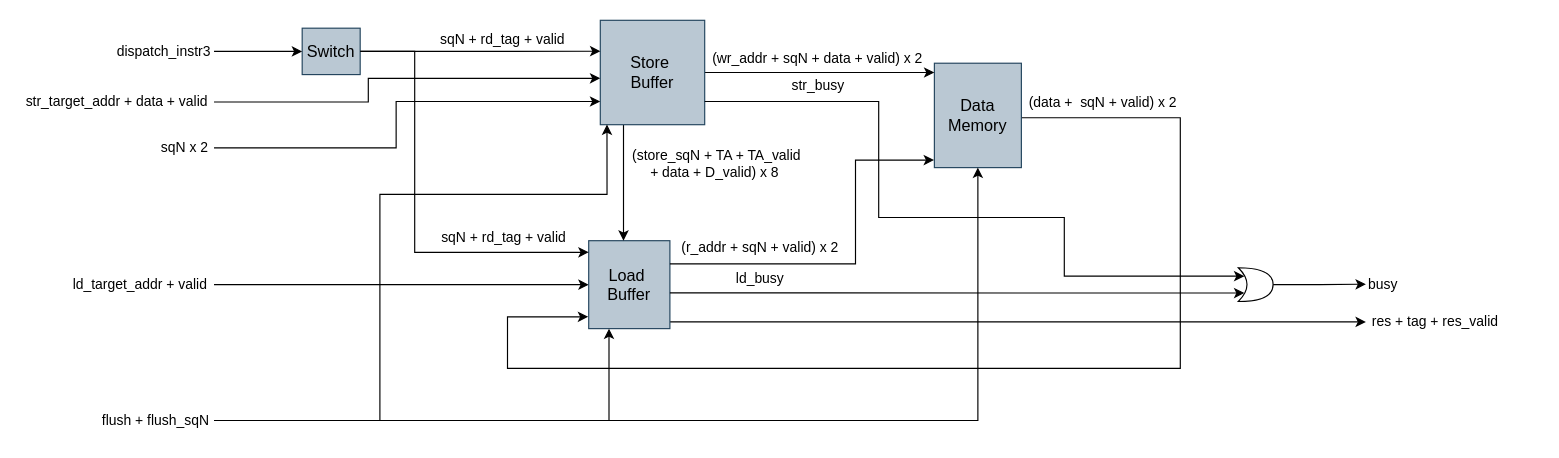
Earlier version of the draw.io diagram page "LSU" (4 of 6) of docs/OoO_SS.drawio (Muhammad-Furrukh/FYP). Source tidied: cells renumbered, new cells numbered last; positions are measured from the earlier drawing's top-left corner, leaving out a move shared by most shapes. Both pictures are drawn from the tidied source at 116%, with x=0, y=0 at pixel (20, 20).
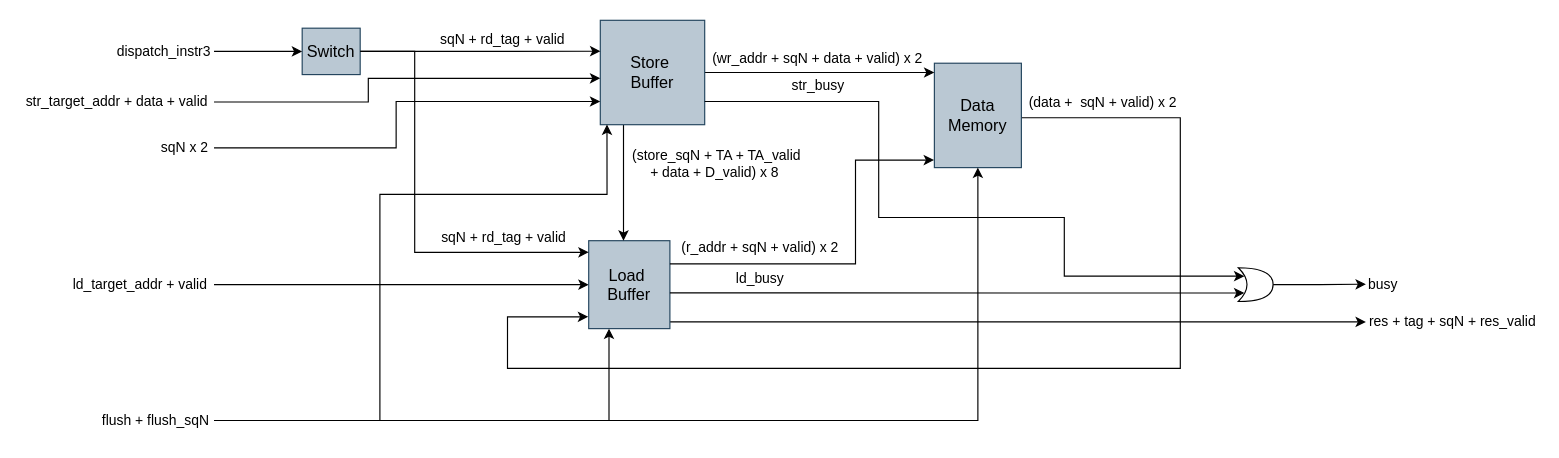
The same diagram, later.

The edit, as a diff of the source:
```diff
@@
-    <mxCell id="27" value="res + tag + res_valid" style="text;html=1;align=center;verticalAlign=middle;whiteSpace=wrap;rounded=0;" parent="1" vertex="1">
-      <mxGeometry x="1160" y="250" width="120" height="20" as="geometry" />
+    <mxCell id="27" value="res + tag + sqN + res_valid" style="text;html=1;align=center;verticalAlign=middle;whiteSpace=wrap;rounded=0;" parent="1" vertex="1">
+      <mxGeometry x="1160" y="250" width="150" height="20" as="geometry" />
     </mxCell>
```
